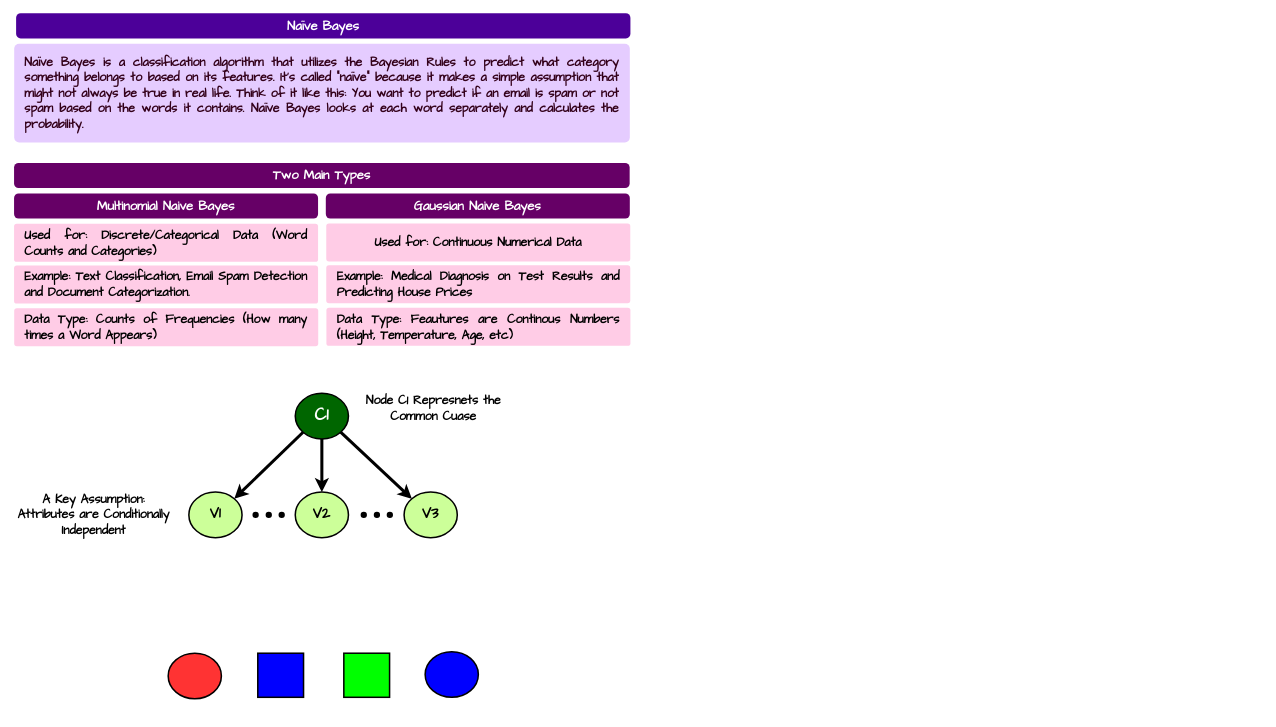
ByteToBits/CompScience keeps this draw.io diagram as Computer Science/Fundamentals of Artificial Intelligence/Module 05 Machine Learning Methods/resources/Drawings.drawio. Above is the earlier version. Source tidied: cells renumbered, new cells numbered last; positions are measured from the earlier drawing's top-left corner, leaving out a move shared by most shapes. Both pictures are drawn from the tidied source at 76%, with x=0, y=0 at pixel (14, 13).
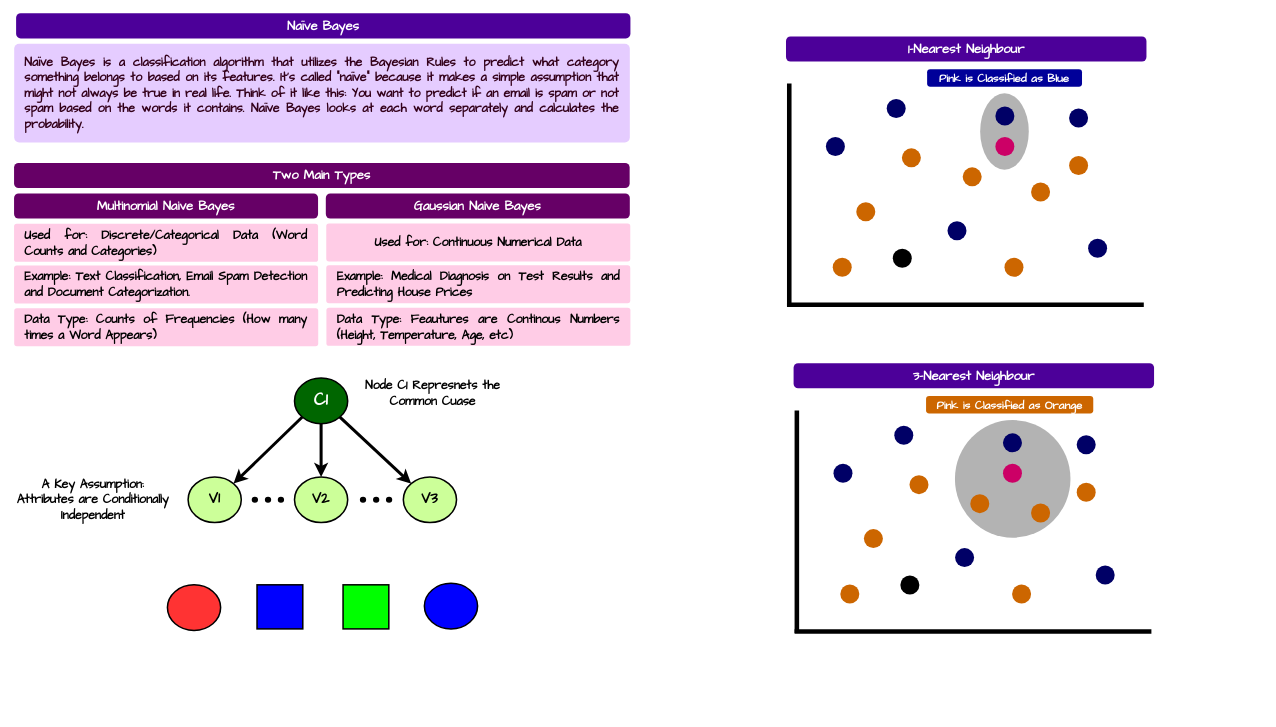
Above is the later version.

Commit message (it also covers changes not shown here):
K-Nearest Neighbour Notes Added

What changed in the source:
```diff
@@
+    <mxCell id="35" style="ellipse;whiteSpace=wrap;html=1;fillColor=#B3B3B3;strokeColor=none;" parent="1" vertex="1">
+      <mxGeometry x="1271.2" y="105.2" width="64" height="100.5" as="geometry" />
+    </mxCell>
@@
     <mxCell id="14" value="&lt;font face=&quot;Comic Sans MS&quot; color=&quot;#ffffff&quot;&gt;&lt;span style=&quot;font-size: 22px;&quot;&gt;&lt;b&gt;C1&lt;/b&gt;&lt;/span&gt;&lt;/font&gt;" style="ellipse;whiteSpace=wrap;html=1;strokeWidth=2;fillColor=#006600;" parent="1" vertex="1">
-      <mxGeometry x="370" y="500" width="70" height="60" as="geometry" />
+      <mxGeometry x="369" y="480" width="70" height="60" as="geometry" />
     </mxCell>
     <mxCell id="15" value="&lt;font face=&quot;Comic Sans MS&quot;&gt;&lt;span style=&quot;font-size: 19px;&quot;&gt;&lt;b&gt;V1&lt;/b&gt;&lt;/span&gt;&lt;/font&gt;" style="ellipse;whiteSpace=wrap;html=1;strokeWidth=2;fillColor=#CCFF99;" parent="1" vertex="1">
-      <mxGeometry x="230" y="630" width="70" height="60" as="geometry" />
+      <mxGeometry x="229" y="610" width="70" height="60" as="geometry" />
     </mxCell>
     <mxCell id="16" value="&lt;font face=&quot;Comic Sans MS&quot;&gt;&lt;span style=&quot;font-size: 19px;&quot;&gt;&lt;b&gt;V2&lt;/b&gt;&lt;/span&gt;&lt;/font&gt;" style="ellipse;whiteSpace=wrap;html=1;strokeWidth=2;fillColor=#CCFF99;" parent="1" vertex="1">
-      <mxGeometry x="370" y="630" width="70" height="60" as="geometry" />
+      <mxGeometry x="369" y="610" width="70" height="60" as="geometry" />
     </mxCell>
     <mxCell id="17" value="&lt;font face=&quot;Comic Sans MS&quot;&gt;&lt;span style=&quot;font-size: 19px;&quot;&gt;&lt;b&gt;V3&lt;/b&gt;&lt;/span&gt;&lt;/font&gt;" style="ellipse;whiteSpace=wrap;html=1;strokeWidth=2;fillColor=#CCFF99;" parent="1" vertex="1">
-      <mxGeometry x="513.2" y="630" width="70" height="60" as="geometry" />
+      <mxGeometry x="512.2" y="610" width="70" height="60" as="geometry" />
     </mxCell>
@@
     <mxCell id="20" value="&lt;font face=&quot;Comic Sans MS&quot;&gt;&lt;span style=&quot;font-size: 16px;&quot;&gt;&lt;b&gt;Node C1 Represnets the Common Cuase&lt;/b&gt;&lt;/span&gt;&lt;/font&gt;" style="rounded=1;whiteSpace=wrap;html=1;fillColor=none;strokeColor=none;fontColor=#000000;arcSize=18;fontSize=17;" parent="1" vertex="1">
-      <mxGeometry x="457" y="496" width="190" height="47.5" as="geometry" />
+      <mxGeometry x="456" y="476" width="190" height="47.5" as="geometry" />
     </mxCell>
     <mxCell id="21" value="&lt;font face=&quot;Comic Sans MS&quot;&gt;&lt;span style=&quot;font-size: 16px;&quot;&gt;&lt;b&gt;A Key Assumption: Attributes are Conditionally Independent&lt;/b&gt;&lt;/span&gt;&lt;/font&gt;" style="rounded=1;whiteSpace=wrap;html=1;fillColor=none;strokeColor=none;fontColor=#000000;arcSize=18;fontSize=17;" parent="1" vertex="1">
-      <mxGeometry y="636.2" width="210" height="47.5" as="geometry" />
+      <mxGeometry x="-1" y="616.2" width="210" height="47.5" as="geometry" />
     </mxCell>
     <mxCell id="22" style="ellipse;whiteSpace=wrap;html=1;strokeWidth=2;fillColor=#000000;" parent="1" vertex="1">
-      <mxGeometry x="314.7" y="657" width="6.3" height="6" as="geometry" />
+      <mxGeometry x="313.7" y="637" width="6.3" height="6" as="geometry" />
     </mxCell>
     <mxCell id="23" style="ellipse;whiteSpace=wrap;html=1;strokeWidth=2;fillColor=#000000;" parent="1" vertex="1">
-      <mxGeometry x="332" y="657" width="6.3" height="6" as="geometry" />
+      <mxGeometry x="331" y="637" width="6.3" height="6" as="geometry" />
     </mxCell>
     <mxCell id="24" style="ellipse;whiteSpace=wrap;html=1;strokeWidth=2;fillColor=#000000;" parent="1" vertex="1">
-      <mxGeometry x="349" y="657" width="6.3" height="6" as="geometry" />
+      <mxGeometry x="348" y="637" width="6.3" height="6" as="geometry" />
     </mxCell>
     <mxCell id="25" style="ellipse;whiteSpace=wrap;html=1;strokeWidth=2;fillColor=#000000;" parent="1" vertex="1">
-      <mxGeometry x="457" y="657" width="6.3" height="6" as="geometry" />
+      <mxGeometry x="456" y="637" width="6.3" height="6" as="geometry" />
     </mxCell>
     <mxCell id="26" style="ellipse;whiteSpace=wrap;html=1;strokeWidth=2;fillColor=#000000;" parent="1" vertex="1">
-      <mxGeometry x="474.3" y="657" width="6.3" height="6" as="geometry" />
+      <mxGeometry x="473.3" y="637" width="6.3" height="6" as="geometry" />
     </mxCell>
     <mxCell id="27" style="ellipse;whiteSpace=wrap;html=1;strokeWidth=2;fillColor=#000000;" parent="1" vertex="1">
-      <mxGeometry x="491.3" y="657" width="6.3" height="6" as="geometry" />
+      <mxGeometry x="490.3" y="637" width="6.3" height="6" as="geometry" />
     </mxCell>
     <mxCell id="28" value="&lt;div style=&quot;text-align: justify;&quot;&gt;&lt;br&gt;&lt;/div&gt;" style="rounded=1;whiteSpace=wrap;html=1;fillColor=none;strokeColor=none;fontColor=#FFFFFF;arcSize=7;fontSize=16;spacing=15;" parent="1" vertex="1">
-      <mxGeometry x="663.2" y="480" width="146.8" height="210" as="geometry" />
+      <mxGeometry x="662.2" y="460" width="146.8" height="210" as="geometry" />
     </mxCell>
     <mxCell id="29" style="ellipse;whiteSpace=wrap;html=1;strokeWidth=2;fillColor=#FF3333;" parent="1" vertex="1">
-      <mxGeometry x="202.8" y="842" width="70" height="60" as="geometry" />
+      <mxGeometry x="201.8" y="752" width="70" height="60" as="geometry" />
     </mxCell>
     <mxCell id="30" style="rounded=1;whiteSpace=wrap;html=1;fillColor=#0000FF;strokeColor=default;fontColor=#FFFFFF;arcSize=0;fontSize=17;strokeWidth=2;" parent="1" vertex="1">
-      <mxGeometry x="320.7" y="842" width="60.2" height="58" as="geometry" />
+      <mxGeometry x="319.7" y="752" width="60.2" height="58" as="geometry" />
     </mxCell>
     <mxCell id="31" style="rounded=1;whiteSpace=wrap;html=1;fillColor=#00FF00;strokeColor=default;fontColor=#FFFFFF;arcSize=0;fontSize=17;strokeWidth=2;" parent="1" vertex="1">
-      <mxGeometry x="433.9" y="842" width="60.2" height="58" as="geometry" />
+      <mxGeometry x="432.9" y="752" width="60.2" height="58" as="geometry" />
     </mxCell>
     <mxCell id="32" style="ellipse;whiteSpace=wrap;html=1;strokeWidth=2;fillColor=#0000FF;" parent="1" vertex="1">
-      <mxGeometry x="540.9" y="840" width="70" height="60" as="geometry" />
+      <mxGeometry x="539.9" y="750" width="70" height="60" as="geometry" />
     </mxCell>
     <mxCell id="33" value="&lt;div style=&quot;text-align: justify;&quot;&gt;&lt;br&gt;&lt;/div&gt;" style="rounded=1;whiteSpace=wrap;html=1;fillColor=none;strokeColor=none;fontColor=#FFFFFF;arcSize=7;fontSize=16;spacing=15;" parent="1" vertex="1">
-      <mxGeometry x="2.7" y="820" width="146.8" height="100" as="geometry" />
+      <mxGeometry x="1.7" y="730" width="146.8" height="100" as="geometry" />
     </mxCell>
     <mxCell id="34" value="&lt;div style=&quot;text-align: justify;&quot;&gt;&lt;br&gt;&lt;/div&gt;" style="rounded=1;whiteSpace=wrap;html=1;fillColor=none;strokeColor=none;fontColor=#FFFFFF;arcSize=7;fontSize=16;spacing=15;" parent="1" vertex="1">
-      <mxGeometry x="664.2" y="822" width="146.8" height="100" as="geometry" />
+      <mxGeometry x="663.2" y="732" width="146.8" height="100" as="geometry" />
     </mxCell>
+    <mxCell id="36" style="endArrow=none;html=1;rounded=0;strokeWidth=6;endFill=0;" parent="1" edge="1">
+      <mxGeometry relative="1" as="geometry">
+        <mxPoint x="1020" y="385.5" as="sourcePoint" />
+        <mxPoint x="1020" y="92.5" as="targetPoint" />
+      </mxGeometry>
+    </mxCell>
+    <mxCell id="37" style="endArrow=none;html=1;rounded=0;strokeWidth=6;endFill=0;" parent="1" edge="1">
+      <mxGeometry relative="1" as="geometry">
+        <mxPoint x="1017" y="383.5" as="sourcePoint" />
+        <mxPoint x="1486.5" y="383.5" as="targetPoint" />
+      </mxGeometry>
+    </mxCell>
+    <mxCell id="38" style="ellipse;whiteSpace=wrap;html=1;fillColor=#000066;strokeColor=none;" parent="1" vertex="1">
+      <mxGeometry x="1148.2" y="112.7" width="25" height="25" as="geometry" />
+    </mxCell>
+    <mxCell id="39" style="ellipse;whiteSpace=wrap;html=1;fillColor=#CC0066;strokeColor=none;" parent="1" vertex="1">
+      <mxGeometry x="1291.2" y="162.7" width="25" height="25" as="geometry" />
+    </mxCell>
+    <mxCell id="40" style="ellipse;whiteSpace=wrap;html=1;fillColor=#CC6600;strokeColor=none;" parent="1" vertex="1">
+      <mxGeometry x="1108.2" y="248.7" width="25" height="25" as="geometry" />
+    </mxCell>
+    <mxCell id="41" style="ellipse;whiteSpace=wrap;html=1;fillColor=#CC6600;strokeColor=none;" parent="1" vertex="1">
+      <mxGeometry x="1248.2" y="202.7" width="25" height="25" as="geometry" />
+    </mxCell>
+    <mxCell id="42" style="ellipse;whiteSpace=wrap;html=1;fillColor=#000066;strokeColor=none;" parent="1" vertex="1">
+      <mxGeometry x="1068.2" y="162.7" width="25" height="25" as="geometry" />
+    </mxCell>
+    <mxCell id="43" style="ellipse;whiteSpace=wrap;html=1;fillColor=#CC6600;strokeColor=none;" parent="1" vertex="1">
+      <mxGeometry x="1168.2" y="177.7" width="25" height="25" as="geometry" />
+    </mxCell>
+    <mxCell id="44" style="ellipse;whiteSpace=wrap;html=1;fillColor=#CC6600;strokeColor=none;" parent="1" vertex="1">
+      <mxGeometry x="1077.2" y="321.7" width="25" height="25" as="geometry" />
+    </mxCell>
+    <mxCell id="45" style="ellipse;whiteSpace=wrap;html=1;fillColor=#000066;strokeColor=none;" parent="1" vertex="1">
+      <mxGeometry x="1228.2" y="273.7" width="25" height="25" as="geometry" />
+    </mxCell>
+    <mxCell id="46" style="ellipse;whiteSpace=wrap;html=1;fillColor=#CC6600;strokeColor=none;" parent="1" vertex="1">
+      <mxGeometry x="1303.2" y="321.7" width="25" height="25" as="geometry" />
+    </mxCell>
+    <mxCell id="47" style="ellipse;whiteSpace=wrap;html=1;fillColor=#000066;strokeColor=none;" parent="1" vertex="1">
+      <mxGeometry x="1388.2" y="125.2" width="25" height="25" as="geometry" />
+    </mxCell>
+    <mxCell id="48" style="ellipse;whiteSpace=wrap;html=1;fillColor=#000066;strokeColor=none;" parent="1" vertex="1">
+      <mxGeometry x="1413.2" y="296.7" width="25" height="25" as="geometry" />
+    </mxCell>
+    <mxCell id="49" style="ellipse;whiteSpace=wrap;html=1;fillColor=#CC6600;strokeColor=none;" parent="1" vertex="1">
+      <mxGeometry x="1338.2" y="222.7" width="25" height="25" as="geometry" />
+    </mxCell>
+    <mxCell id="50" style="ellipse;whiteSpace=wrap;html=1;fillColor=#000066;strokeColor=none;" parent="1" vertex="1">
+      <mxGeometry x="1291.2" y="122.7" width="25" height="25" as="geometry" />
+    </mxCell>
+    <mxCell id="51" style="ellipse;whiteSpace=wrap;html=1;fillColor=#000000;strokeColor=none;" parent="1" vertex="1">
+      <mxGeometry x="1156.2" y="309.7" width="25" height="25" as="geometry" />
+    </mxCell>
+    <mxCell id="52" style="ellipse;whiteSpace=wrap;html=1;fillColor=#CC6600;strokeColor=none;" parent="1" vertex="1">
+      <mxGeometry x="1388.2" y="187.7" width="25" height="25" as="geometry" />
+    </mxCell>
+    <mxCell id="53" value="&lt;div style=&quot;line-height: 19px; white-space: pre;&quot;&gt;&lt;font face=&quot;Comic Sans MS&quot;&gt;&lt;b&gt;Pink is Classified as Blue&lt;/b&gt;&lt;/font&gt;&lt;/div&gt;" style="rounded=1;whiteSpace=wrap;html=1;fillColor=#000099;strokeColor=none;fontColor=#FFFFFF;arcSize=18;fontSize=15;" parent="1" vertex="1">
+      <mxGeometry x="1201.4" y="73.5" width="203.8" height="23" as="geometry" />
+    </mxCell>
+    <mxCell id="54" value="&lt;div style=&quot;line-height: 19px; white-space: pre;&quot;&gt;&lt;font style=&quot;&quot; face=&quot;Comic Sans MS&quot;&gt;&lt;b&gt;1-Nearest Neighbour&lt;/b&gt;&lt;/font&gt;&lt;/div&gt;" style="rounded=1;whiteSpace=wrap;html=1;fillColor=#4C0099;strokeColor=none;fontColor=#FFFFFF;arcSize=18;fontSize=17;" parent="1" vertex="1">
+      <mxGeometry x="1015.7" y="30.5" width="474.3" height="33" as="geometry" />
+    </mxCell>
+    <mxCell id="55" value="&lt;div style=&quot;text-align: justify;&quot;&gt;&lt;br&gt;&lt;/div&gt;" style="rounded=1;whiteSpace=wrap;html=1;fillColor=none;strokeColor=none;fontColor=#FFFFFF;arcSize=7;fontSize=16;spacing=15;" parent="1" vertex="1">
+      <mxGeometry x="877" y="30" width="116.8" height="357.5" as="geometry" />
+    </mxCell>
+    <mxCell id="56" value="&lt;div style=&quot;text-align: justify;&quot;&gt;&lt;br&gt;&lt;/div&gt;" style="rounded=1;whiteSpace=wrap;html=1;fillColor=none;strokeColor=none;fontColor=#FFFFFF;arcSize=7;fontSize=16;spacing=15;" parent="1" vertex="1">
+      <mxGeometry x="1517" y="30" width="116.8" height="357.5" as="geometry" />
+    </mxCell>
+    <mxCell id="57" style="ellipse;whiteSpace=wrap;html=1;fillColor=#B3B3B3;strokeColor=none;" parent="1" vertex="1">
+      <mxGeometry x="1238" y="535.2" width="152" height="154.8" as="geometry" />
+    </mxCell>
+    <mxCell id="58" style="endArrow=none;html=1;rounded=0;strokeWidth=6;endFill=0;" parent="1" edge="1">
+      <mxGeometry relative="1" as="geometry">
+        <mxPoint x="1030" y="815.5" as="sourcePoint" />
+        <mxPoint x="1030" y="522.5" as="targetPoint" />
+      </mxGeometry>
+    </mxCell>
+    <mxCell id="59" style="endArrow=none;html=1;rounded=0;strokeWidth=6;endFill=0;" parent="1" edge="1">
+      <mxGeometry relative="1" as="geometry">
+        <mxPoint x="1027" y="813.5" as="sourcePoint" />
+        <mxPoint x="1496.5" y="813.5" as="targetPoint" />
+      </mxGeometry>
+    </mxCell>
+    <mxCell id="60" style="ellipse;whiteSpace=wrap;html=1;fillColor=#000066;strokeColor=none;" parent="1" vertex="1">
+      <mxGeometry x="1158.2" y="542.7" width="25" height="25" as="geometry" />
+    </mxCell>
+    <mxCell id="61" style="ellipse;whiteSpace=wrap;html=1;fillColor=#CC0066;strokeColor=none;" parent="1" vertex="1">
+      <mxGeometry x="1301.2" y="592.7" width="25" height="25" as="geometry" />
+    </mxCell>
+    <mxCell id="62" style="ellipse;whiteSpace=wrap;html=1;fillColor=#CC6600;strokeColor=none;" parent="1" vertex="1">
+      <mxGeometry x="1118.2" y="678.7" width="25" height="25" as="geometry" />
+    </mxCell>
+    <mxCell id="63" style="ellipse;whiteSpace=wrap;html=1;fillColor=#CC6600;strokeColor=none;" parent="1" vertex="1">
+      <mxGeometry x="1258.2" y="632.7" width="25" height="25" as="geometry" />
+    </mxCell>
+    <mxCell id="64" style="ellipse;whiteSpace=wrap;html=1;fillColor=#000066;strokeColor=none;" parent="1" vertex="1">
+      <mxGeometry x="1078.2" y="592.7" width="25" height="25" as="geometry" />
+    </mxCell>
+    <mxCell id="65" style="ellipse;whiteSpace=wrap;html=1;fillColor=#CC6600;strokeColor=none;" parent="1" vertex="1">
+      <mxGeometry x="1178.2" y="607.7" width="25" height="25" as="geometry" />
+    </mxCell>
+    <mxCell id="66" style="ellipse;whiteSpace=wrap;html=1;fillColor=#CC6600;strokeColor=none;" parent="1" vertex="1">
+      <mxGeometry x="1087.2" y="751.7" width="25" height="25" as="geometry" />
+    </mxCell>
+    <mxCell id="67" style="ellipse;whiteSpace=wrap;html=1;fillColor=#000066;strokeColor=none;" parent="1" vertex="1">
+      <mxGeometry x="1238.2" y="703.7" width="25" height="25" as="geometry" />
+    </mxCell>
+    <mxCell id="68" style="ellipse;whiteSpace=wrap;html=1;fillColor=#CC6600;strokeColor=none;" parent="1" vertex="1">
+      <mxGeometry x="1313.2" y="751.7" width="25" height="25" as="geometry" />
+    </mxCell>
+    <mxCell id="69" style="ellipse;whiteSpace=wrap;html=1;fillColor=#000066;strokeColor=none;" parent="1" vertex="1">
+      <mxGeometry x="1398.2" y="555.2" width="25" height="25" as="geometry" />
+    </mxCell>
+    <mxCell id="70" style="ellipse;whiteSpace=wrap;html=1;fillColor=#000066;strokeColor=none;" parent="1" vertex="1">
+      <mxGeometry x="1423.2" y="726.7" width="25" height="25" as="geometry" />
+    </mxCell>
+    <mxCell id="71" style="ellipse;whiteSpace=wrap;html=1;fillColor=#CC6600;strokeColor=none;" parent="1" vertex="1">
+      <mxGeometry x="1338.2" y="645" width="25" height="25" as="geometry" />
+    </mxCell>
+    <mxCell id="72" style="ellipse;whiteSpace=wrap;html=1;fillColor=#000066;strokeColor=none;" parent="1" vertex="1">
+      <mxGeometry x="1301.2" y="552.7" width="25" height="25" as="geometry" />
+    </mxCell>
+    <mxCell id="73" style="ellipse;whiteSpace=wrap;html=1;fillColor=#000000;strokeColor=none;" parent="1" vertex="1">
+      <mxGeometry x="1166.2" y="739.7" width="25" height="25" as="geometry" />
+    </mxCell>
+    <mxCell id="74" style="ellipse;whiteSpace=wrap;html=1;fillColor=#CC6600;strokeColor=none;" parent="1" vertex="1">
+      <mxGeometry x="1398.2" y="617.7" width="25" height="25" as="geometry" />
+    </mxCell>
+    <mxCell id="75" value="&lt;div style=&quot;line-height: 19px; white-space: pre;&quot;&gt;&lt;font face=&quot;Comic Sans MS&quot;&gt;&lt;b&gt;Pink is Classified as Orange&lt;/b&gt;&lt;/font&gt;&lt;/div&gt;" style="rounded=1;whiteSpace=wrap;html=1;fillColor=#CC6600;strokeColor=none;fontColor=#FFFFFF;arcSize=18;fontSize=15;" parent="1" vertex="1">
+      <mxGeometry x="1200" y="503.5" width="220" height="23" as="geometry" />
+    </mxCell>
+    <mxCell id="76" value="&lt;div style=&quot;line-height: 19px; white-space: pre;&quot;&gt;&lt;font style=&quot;&quot; face=&quot;Comic Sans MS&quot;&gt;&lt;b&gt;3-Nearest Neighbour&lt;/b&gt;&lt;/font&gt;&lt;/div&gt;" style="rounded=1;whiteSpace=wrap;html=1;fillColor=#4C0099;strokeColor=none;fontColor=#FFFFFF;arcSize=18;fontSize=17;" parent="1" vertex="1">
+      <mxGeometry x="1025.7" y="460.5" width="474.3" height="33" as="geometry" />
+    </mxCell>
+    <mxCell id="77" value="&lt;div style=&quot;text-align: justify;&quot;&gt;&lt;br&gt;&lt;/div&gt;" style="rounded=1;whiteSpace=wrap;html=1;fillColor=none;strokeColor=none;fontColor=#FFFFFF;arcSize=7;fontSize=16;spacing=15;" parent="1" vertex="1">
+      <mxGeometry x="887" y="460" width="116.8" height="357.5" as="geometry" />
+    </mxCell>
+    <mxCell id="78" value="&lt;div style=&quot;text-align: justify;&quot;&gt;&lt;br&gt;&lt;/div&gt;" style="rounded=1;whiteSpace=wrap;html=1;fillColor=none;strokeColor=none;fontColor=#FFFFFF;arcSize=7;fontSize=16;spacing=15;" parent="1" vertex="1">
+      <mxGeometry x="1527" y="460" width="116.8" height="357.5" as="geometry" />
+    </mxCell>
```
